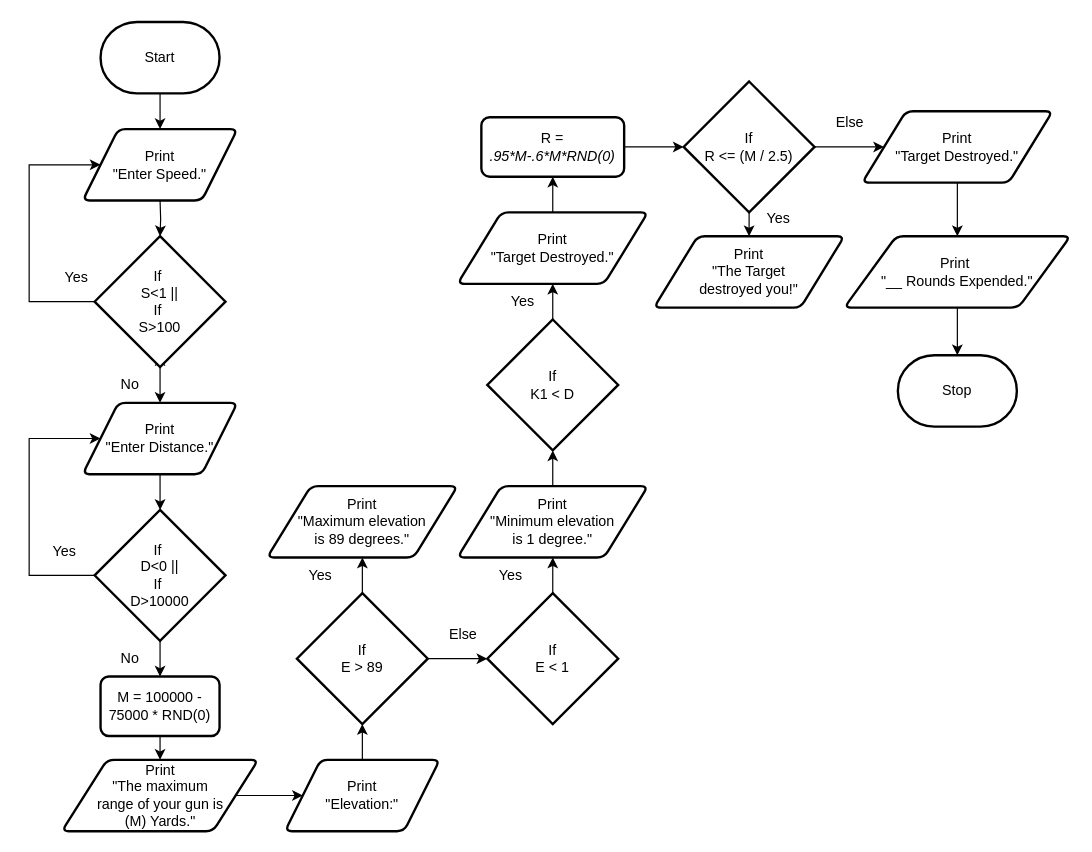
The draw.io diagram flowchart.drawio in mitchell-hill/ICS4U-Assignment1-BASIC, before the edit. Source tidied: cells renumbered, new cells numbered last; positions are measured from the earlier drawing's top-left corner, leaving out a move shared by most shapes. Both pictures are drawn from the tidied source at 119%, with x=0, y=0 at pixel (29, 21).
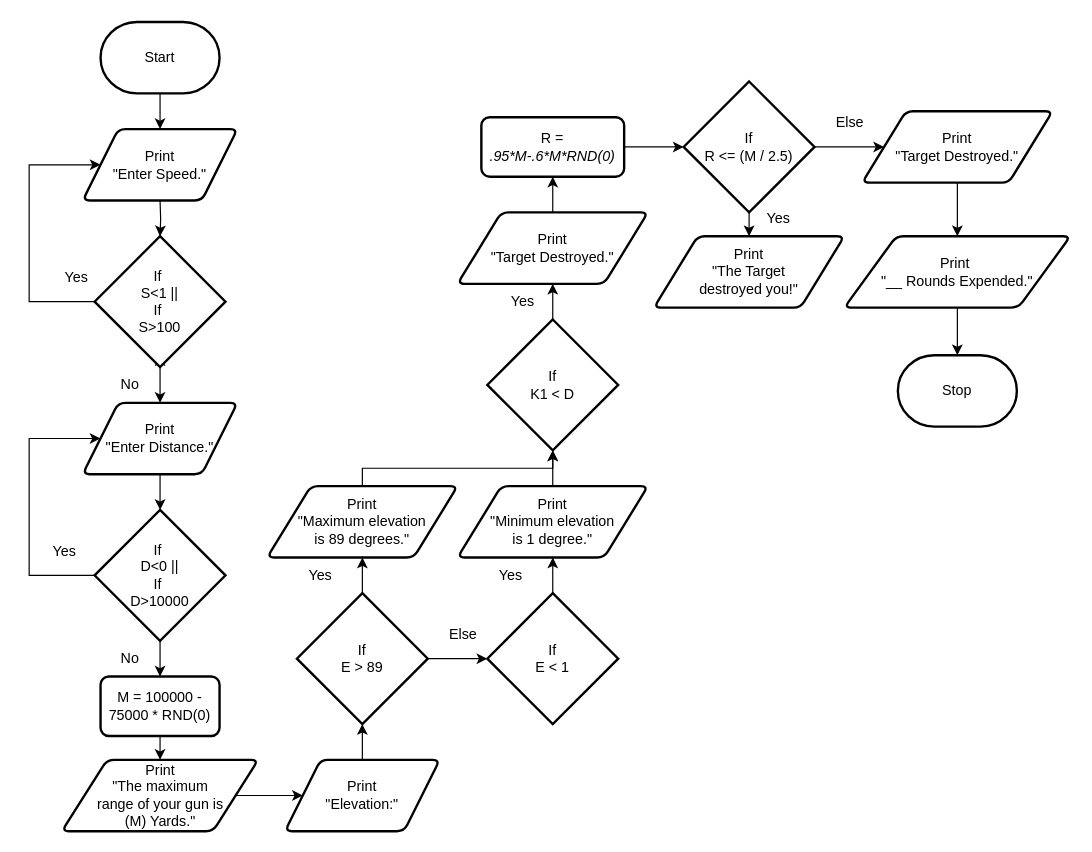
After the change.

Unchanged cells that the change refers to:
```xml
<mxCell id="28" value="Print&lt;br&gt;&quot;Maximum elevation &lt;br&gt;is 89 degrees.&quot;" style="shape=parallelogram;html=1;strokeWidth=2;perimeter=parallelogramPerimeter;whiteSpace=wrap;rounded=1;arcSize=12;size=0.23;" parent="1" vertex="1">
  <mxGeometry x="200" y="390" width="160" height="60" as="geometry" />
</mxCell>
<mxCell id="37" value="If&lt;br&gt;K1 &amp;lt; D" style="strokeWidth=2;html=1;shape=mxgraph.flowchart.decision;whiteSpace=wrap;" parent="1" vertex="1">
  <mxGeometry x="385" y="250" width="110" height="110" as="geometry" />
</mxCell>
```

Change to the diagram source:
```diff
@@
+    <mxCell id="54" style="edgeStyle=orthogonalEdgeStyle;html=1;exitX=0.5;exitY=0;exitDx=0;exitDy=0;entryX=0.5;entryY=1;entryDx=0;entryDy=0;entryPerimeter=0;rounded=0;" parent="1" edge="1" source="28" target="37">
+      <mxGeometry relative="1" as="geometry" />
+    </mxCell>
```
